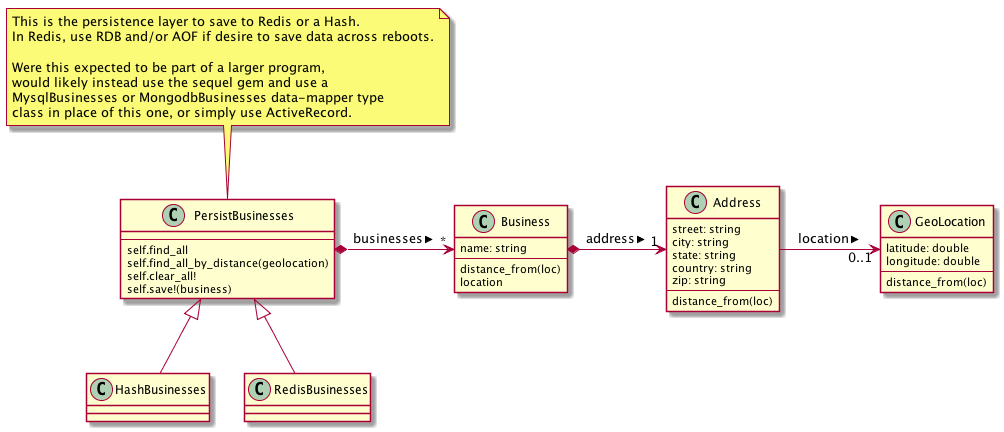
Earlier version of the PlantUML export docs/verve.png (brianmd/geo).
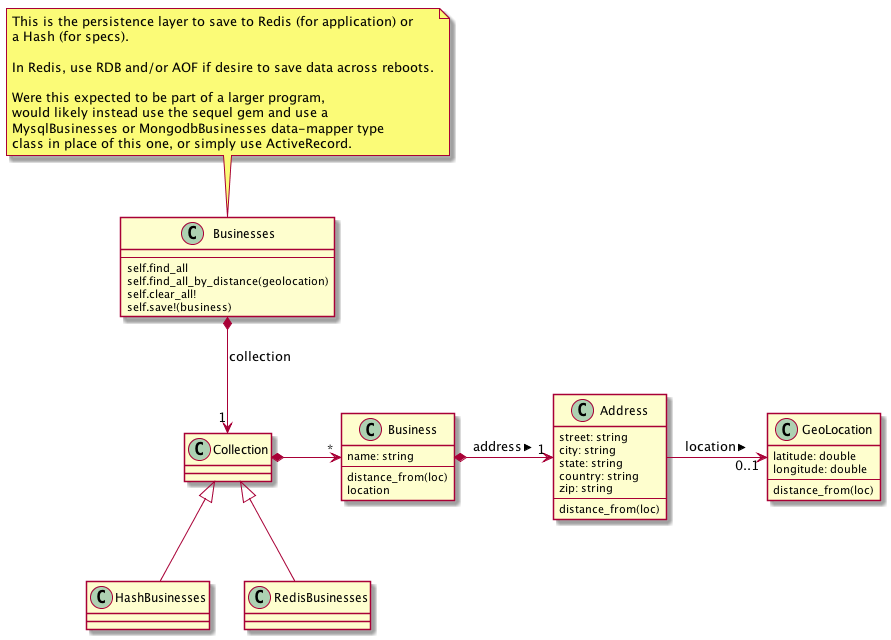
After the commit.

Diff of the diagram source:
```diff
@@ -1,12 +1,13 @@
 @startuml
 
-PersistBusinesses *-> "*" Business : businesses >
-PersistBusinesses <|-- HashBusinesses
-PersistBusinesses <|-- RedisBusinesses
+Businesses *--> "1" Collection : collection
+Collection *-> "*" Business
+Collection <|-- HashBusinesses
+Collection <|-- RedisBusinesses
 Business   *-> "1" Address : address >
 Address     -> "0..1" GeoLocation : location >
 
-class PersistBusinesses {
+class Businesses {
   --
   self.find_all
   self.find_all_by_distance(geolocation)
@@ -38,8 +39,10 @@
   distance_from(loc)
 }
 
-note top of PersistBusinesses
-This is the persistence layer to save to Redis or a Hash.
+note top of Businesses
+This is the persistence layer to save to Redis (for application) or
+a Hash (for specs).
+
 In Redis, use RDB and/or AOF if desire to save data across reboots.
 
 Were this expected to be part of a larger program,
```
